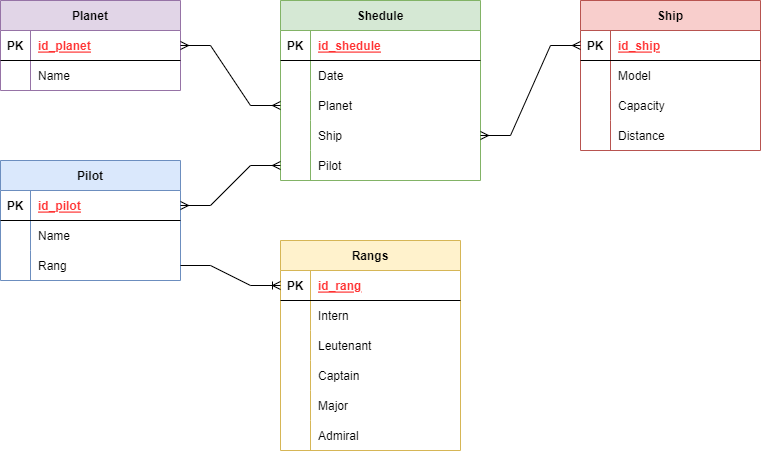
This is part1/Cosmoport.drawio.png from Kolesa-Education/kolesa-upgrade-homework-4, a draw.io export, as it was before one commit. Source tidied: cells renumbered, new cells last; positions are measured from the earlier drawing's top-left corner, leaving out a move shared by most shapes.
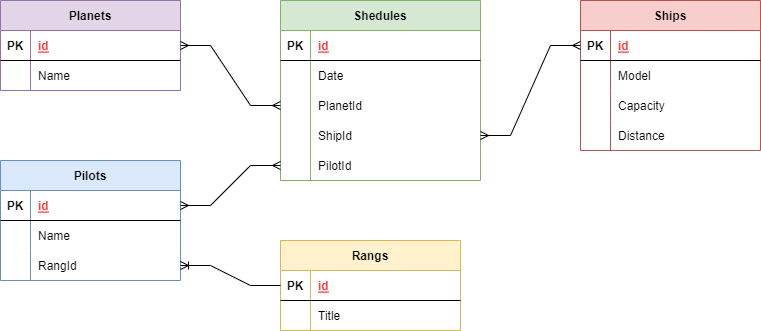
After the commit.

Commit message:
изменения по правкам

Change to the diagram source:
```diff
@@ -2,7 +2,7 @@
   <root>
     <mxCell id="0" />
     <mxCell id="1" parent="0" />
-    <mxCell id="2" value="Pilot" style="shape=table;startSize=30;rowLines=0;fontStyle=1;align=center;fillColor=#dae8fc;strokeColor=#6c8ebf;" parent="1" vertex="1">
+    <mxCell id="2" value="Pilots" style="shape=table;startSize=30;rowLines=0;fontStyle=1;align=center;fillColor=#dae8fc;strokeColor=#6c8ebf;" parent="1" vertex="1">
       <mxGeometry y="160" width="180" height="120" as="geometry" />
     </mxCell>
     <mxCell id="3" style="shape=tableRow;horizontal=0;startSize=0;swimlaneHead=0;swimlaneBody=0;fillColor=none;points=[[0,0.5],[1,0.5]];portConstraint=eastwest;top=0;left=0;right=0;bottom=1;" parent="2" vertex="1">
@@ -11,7 +11,7 @@
     <mxCell id="4" value="PK" style="shape=partialRectangle;fillColor=none;top=0;left=0;bottom=0;right=0;fontStyle=1;overflow=hidden;" parent="3" vertex="1">
       <mxGeometry width="30" height="30" as="geometry" />
     </mxCell>
-    <mxCell id="5" value="id_pilot" style="shape=partialRectangle;fillColor=none;top=0;left=0;bottom=0;right=0;align=left;spacingLeft=6;fontStyle=5;overflow=hidden;fontColor=#FF3333;" parent="3" vertex="1">
+    <mxCell id="5" value="id" style="shape=partialRectangle;fillColor=none;top=0;left=0;bottom=0;right=0;align=left;spacingLeft=6;fontStyle=5;overflow=hidden;fontColor=#FF3333;" parent="3" vertex="1">
       <mxGeometry x="30" width="150" height="30" as="geometry" />
     </mxCell>
     <mxCell id="6" style="shape=tableRow;horizontal=0;startSize=0;swimlaneHead=0;swimlaneBody=0;fillColor=none;top=0;left=0;right=0;bottom=0;" parent="2" vertex="1">
@@ -29,10 +29,10 @@
     <mxCell id="10" style="shape=partialRectangle;fillColor=none;top=0;left=0;bottom=0;right=0;overflow=hidden;" parent="9" vertex="1">
       <mxGeometry width="30" height="30" as="geometry" />
     </mxCell>
-    <mxCell id="11" value="Rang" style="shape=partialRectangle;fillColor=none;top=0;left=0;bottom=0;right=0;align=left;spacingLeft=6;overflow=hidden;" parent="9" vertex="1">
+    <mxCell id="11" value="RangId" style="shape=partialRectangle;fillColor=none;top=0;left=0;bottom=0;right=0;align=left;spacingLeft=6;overflow=hidden;" parent="9" vertex="1">
       <mxGeometry x="30" width="150" height="30" as="geometry" />
     </mxCell>
-    <mxCell id="12" value="Ship" style="shape=table;startSize=30;rowLines=0;fontStyle=1;align=center;fillColor=#f8cecc;strokeColor=#b85450;" parent="1" vertex="1">
+    <mxCell id="12" value="Ships" style="shape=table;startSize=30;rowLines=0;fontStyle=1;align=center;fillColor=#f8cecc;strokeColor=#b85450;" parent="1" vertex="1">
       <mxGeometry x="580" width="180" height="150" as="geometry" />
     </mxCell>
     <mxCell id="13" style="shape=tableRow;horizontal=0;startSize=0;swimlaneHead=0;swimlaneBody=0;fillColor=none;points=[[0,0.5],[1,0.5]];portConstraint=eastwest;top=0;left=0;right=0;bottom=1;" parent="12" vertex="1">
@@ -41,7 +41,7 @@
     <mxCell id="14" value="PK" style="shape=partialRectangle;fillColor=none;top=0;left=0;bottom=0;right=0;fontStyle=1;overflow=hidden;" parent="13" vertex="1">
       <mxGeometry width="30" height="30" as="geometry" />
     </mxCell>
-    <mxCell id="15" value="id_ship" style="shape=partialRectangle;fillColor=none;top=0;left=0;bottom=0;right=0;align=left;spacingLeft=6;fontStyle=5;overflow=hidden;fontColor=#FF3333;" parent="13" vertex="1">
+    <mxCell id="15" value="id" style="shape=partialRectangle;fillColor=none;top=0;left=0;bottom=0;right=0;align=left;spacingLeft=6;fontStyle=5;overflow=hidden;fontColor=#FF3333;" parent="13" vertex="1">
       <mxGeometry x="30" width="150" height="30" as="geometry" />
     </mxCell>
     <mxCell id="16" style="shape=tableRow;horizontal=0;startSize=0;swimlaneHead=0;swimlaneBody=0;fillColor=none;top=0;left=0;right=0;bottom=0;" parent="12" vertex="1">
@@ -71,7 +71,7 @@
     <mxCell id="24" value="Distance" style="shape=partialRectangle;fillColor=none;top=0;left=0;bottom=0;right=0;align=left;spacingLeft=6;overflow=hidden;" parent="22" vertex="1">
       <mxGeometry x="30" width="150" height="30" as="geometry" />
     </mxCell>
-    <mxCell id="25" value="Planet" style="shape=table;startSize=30;rowLines=0;fontStyle=1;align=center;fillColor=#e1d5e7;strokeColor=#9673a6;" parent="1" vertex="1">
+    <mxCell id="25" value="Planets" style="shape=table;startSize=30;rowLines=0;fontStyle=1;align=center;fillColor=#e1d5e7;strokeColor=#9673a6;" parent="1" vertex="1">
       <mxGeometry width="180" height="90" as="geometry" />
     </mxCell>
     <mxCell id="26" style="shape=tableRow;horizontal=0;startSize=0;swimlaneHead=0;swimlaneBody=0;fillColor=none;points=[[0,0.5],[1,0.5]];portConstraint=eastwest;top=0;left=0;right=0;bottom=1;" parent="25" vertex="1">
@@ -80,7 +80,7 @@
     <mxCell id="27" value="PK" style="shape=partialRectangle;fillColor=none;top=0;left=0;bottom=0;right=0;fontStyle=1;overflow=hidden;" parent="26" vertex="1">
       <mxGeometry width="30" height="30" as="geometry" />
     </mxCell>
-    <mxCell id="28" value="id_planet" style="shape=partialRectangle;fillColor=none;top=0;left=0;bottom=0;right=0;align=left;spacingLeft=6;fontStyle=5;overflow=hidden;fontColor=#FF3333;" parent="26" vertex="1">
+    <mxCell id="28" value="id" style="shape=partialRectangle;fillColor=none;top=0;left=0;bottom=0;right=0;align=left;spacingLeft=6;fontStyle=5;overflow=hidden;fontColor=#FF3333;" parent="26" vertex="1">
       <mxGeometry x="30" width="150" height="30" as="geometry" />
     </mxCell>
     <mxCell id="29" style="shape=tableRow;horizontal=0;startSize=0;swimlaneHead=0;swimlaneBody=0;fillColor=none;top=0;left=0;right=0;bottom=0;" parent="25" vertex="1">
@@ -92,7 +92,7 @@
     <mxCell id="31" value="Name" style="shape=partialRectangle;fillColor=none;top=0;left=0;bottom=0;right=0;align=left;spacingLeft=6;overflow=hidden;" parent="29" vertex="1">
       <mxGeometry x="30" width="150" height="30" as="geometry" />
     </mxCell>
-    <mxCell id="32" value="Shedule" style="shape=table;startSize=30;rowLines=0;fontStyle=1;align=center;fillColor=#d5e8d4;strokeColor=#82b366;" parent="1" vertex="1">
+    <mxCell id="32" value="Shedules" style="shape=table;startSize=30;rowLines=0;fontStyle=1;align=center;fillColor=#d5e8d4;strokeColor=#82b366;" parent="1" vertex="1">
       <mxGeometry x="280" width="200" height="180" as="geometry" />
     </mxCell>
     <mxCell id="33" style="shape=tableRow;horizontal=0;startSize=0;swimlaneHead=0;swimlaneBody=0;fillColor=none;top=0;left=0;right=0;bottom=1;" parent="32" vertex="1">
@@ -101,7 +101,7 @@
     <mxCell id="34" value="PK" style="shape=partialRectangle;fillColor=none;top=0;left=0;bottom=0;right=0;fontStyle=1;overflow=hidden;" parent="33" vertex="1">
       <mxGeometry width="30" height="30" as="geometry" />
     </mxCell>
-    <mxCell id="35" value="id_shedule" style="shape=partialRectangle;fillColor=none;top=0;left=0;bottom=0;right=0;align=left;spacingLeft=6;fontStyle=5;overflow=hidden;fontColor=#FF3333;" parent="33" vertex="1">
+    <mxCell id="35" value="id" style="shape=partialRectangle;fillColor=none;top=0;left=0;bottom=0;right=0;align=left;spacingLeft=6;fontStyle=5;overflow=hidden;fontColor=#FF3333;" parent="33" vertex="1">
       <mxGeometry x="30" width="170" height="30" as="geometry" />
     </mxCell>
     <mxCell id="36" style="shape=tableRow;horizontal=0;startSize=0;swimlaneHead=0;swimlaneBody=0;fillColor=none;top=0;left=0;right=0;bottom=0;" parent="32" vertex="1">
@@ -119,7 +119,7 @@
     <mxCell id="40" style="shape=partialRectangle;fillColor=none;top=0;left=0;bottom=0;right=0;overflow=hidden;" parent="39" vertex="1">
       <mxGeometry width="30" height="30" as="geometry" />
     </mxCell>
-    <mxCell id="41" value="Planet" style="shape=partialRectangle;fillColor=none;top=0;left=0;bottom=0;right=0;align=left;spacingLeft=6;overflow=hidden;" parent="39" vertex="1">
+    <mxCell id="41" value="PlanetId" style="shape=partialRectangle;fillColor=none;top=0;left=0;bottom=0;right=0;align=left;spacingLeft=6;overflow=hidden;" parent="39" vertex="1">
       <mxGeometry x="30" width="170" height="30" as="geometry" />
     </mxCell>
     <mxCell id="42" style="shape=tableRow;horizontal=0;startSize=0;swimlaneHead=0;swimlaneBody=0;fillColor=none;points=[[0,0.5],[1,0.5]];portConstraint=eastwest;top=0;left=0;right=0;bottom=0;" parent="32" vertex="1">
@@ -128,7 +128,7 @@
     <mxCell id="43" style="shape=partialRectangle;fillColor=none;top=0;left=0;bottom=0;right=0;overflow=hidden;" parent="42" vertex="1">
       <mxGeometry width="30" height="30" as="geometry" />
     </mxCell>
-    <mxCell id="44" value="Ship" style="shape=partialRectangle;fillColor=none;top=0;left=0;bottom=0;right=0;align=left;spacingLeft=6;overflow=hidden;" parent="42" vertex="1">
+    <mxCell id="44" value="ShipId" style="shape=partialRectangle;fillColor=none;top=0;left=0;bottom=0;right=0;align=left;spacingLeft=6;overflow=hidden;" parent="42" vertex="1">
       <mxGeometry x="30" width="170" height="30" as="geometry" />
     </mxCell>
     <mxCell id="45" style="shape=tableRow;horizontal=0;startSize=0;swimlaneHead=0;swimlaneBody=0;fillColor=none;points=[[0,0.5],[1,0.5]];portConstraint=eastwest;top=0;left=0;right=0;bottom=0;" parent="32" vertex="1">
@@ -137,7 +137,7 @@
     <mxCell id="46" style="shape=partialRectangle;fillColor=none;top=0;left=0;bottom=0;right=0;overflow=hidden;" parent="45" vertex="1">
       <mxGeometry width="30" height="30" as="geometry" />
     </mxCell>
-    <mxCell id="47" value="Pilot" style="shape=partialRectangle;fillColor=none;top=0;left=0;bottom=0;right=0;align=left;spacingLeft=6;overflow=hidden;" parent="45" vertex="1">
+    <mxCell id="47" value="PilotId" style="shape=partialRectangle;fillColor=none;top=0;left=0;bottom=0;right=0;align=left;spacingLeft=6;overflow=hidden;" parent="45" vertex="1">
       <mxGeometry x="30" width="170" height="30" as="geometry" />
     </mxCell>
     <mxCell id="48" style="edgeStyle=entityRelationEdgeStyle;fontSize=12;html=1;endArrow=ERmany;startArrow=ERmany;rounded=0;fontColor=#FF3333;exitX=1;exitY=0.5;exitDx=0;exitDy=0;entryX=0;entryY=0.5;entryDx=0;entryDy=0;" parent="1" edge="1" source="26" target="39">
@@ -150,7 +150,7 @@
       <mxGeometry relative="1" as="geometry" />
     </mxCell>
     <mxCell id="51" value="Rangs" style="shape=table;startSize=30;rowLines=0;fontStyle=1;align=center;fillColor=#fff2cc;strokeColor=#d6b656;" parent="1" vertex="1">
-      <mxGeometry x="280" y="240" width="180" height="210" as="geometry" />
+      <mxGeometry x="280" y="240" width="180" height="90" as="geometry" />
     </mxCell>
     <mxCell id="52" style="shape=tableRow;horizontal=0;startSize=0;swimlaneHead=0;swimlaneBody=0;fillColor=none;points=[[0,0.5],[1,0.5]];portConstraint=eastwest;top=0;left=0;right=0;bottom=1;fontColor=#000000;" parent="51" vertex="1">
       <mxGeometry y="30" width="180" height="30" as="geometry" />
@@ -158,7 +158,7 @@
     <mxCell id="53" value="PK" style="shape=partialRectangle;fillColor=none;top=0;left=0;bottom=0;right=0;fontStyle=1;overflow=hidden;fontColor=#000000;" parent="52" vertex="1">
       <mxGeometry width="30" height="30" as="geometry" />
     </mxCell>
-    <mxCell id="54" value="id_rang" style="shape=partialRectangle;fillColor=none;top=0;left=0;bottom=0;right=0;align=left;spacingLeft=6;fontStyle=5;overflow=hidden;fontColor=#FF3333;" parent="52" vertex="1">
+    <mxCell id="54" value="id" style="shape=partialRectangle;fillColor=none;top=0;left=0;bottom=0;right=0;align=left;spacingLeft=6;fontStyle=5;overflow=hidden;fontColor=#FF3333;" parent="52" vertex="1">
       <mxGeometry x="30" width="150" height="30" as="geometry" />
     </mxCell>
     <mxCell id="55" style="shape=tableRow;horizontal=0;startSize=0;swimlaneHead=0;swimlaneBody=0;fillColor=none;top=0;left=0;right=0;bottom=0;fontColor=#000000;" parent="51" vertex="1">
@@ -167,46 +167,10 @@
     <mxCell id="56" style="shape=partialRectangle;fillColor=none;top=0;left=0;bottom=0;right=0;overflow=hidden;fontColor=#000000;" parent="55" vertex="1">
       <mxGeometry width="30" height="30" as="geometry" />
     </mxCell>
-    <mxCell id="57" value="Intern" style="shape=partialRectangle;fillColor=none;top=0;left=0;bottom=0;right=0;align=left;spacingLeft=6;overflow=hidden;fontColor=#000000;" parent="55" vertex="1">
+    <mxCell id="57" value="Title" style="shape=partialRectangle;fillColor=none;top=0;left=0;bottom=0;right=0;align=left;spacingLeft=6;overflow=hidden;fontColor=#000000;" parent="55" vertex="1">
       <mxGeometry x="30" width="150" height="30" as="geometry" />
     </mxCell>
-    <mxCell id="58" style="shape=tableRow;horizontal=0;startSize=0;swimlaneHead=0;swimlaneBody=0;fillColor=none;top=0;left=0;right=0;bottom=0;fontColor=#000000;" parent="51" vertex="1">
-      <mxGeometry y="90" width="180" height="30" as="geometry" />
-    </mxCell>
-    <mxCell id="59" style="shape=partialRectangle;fillColor=none;top=0;left=0;bottom=0;right=0;overflow=hidden;fontColor=#000000;" parent="58" vertex="1">
-      <mxGeometry width="30" height="30" as="geometry" />
-    </mxCell>
-    <mxCell id="60" value="Leutenant" style="shape=partialRectangle;fillColor=none;top=0;left=0;bottom=0;right=0;align=left;spacingLeft=6;overflow=hidden;fontColor=#000000;" parent="58" vertex="1">
-      <mxGeometry x="30" width="150" height="30" as="geometry" />
-    </mxCell>
-    <mxCell id="61" style="shape=tableRow;horizontal=0;startSize=0;swimlaneHead=0;swimlaneBody=0;fillColor=none;top=0;left=0;right=0;bottom=0;fontColor=#000000;" parent="51" vertex="1">
-      <mxGeometry y="120" width="180" height="30" as="geometry" />
-    </mxCell>
-    <mxCell id="62" style="shape=partialRectangle;fillColor=none;top=0;left=0;bottom=0;right=0;overflow=hidden;fontColor=#000000;" parent="61" vertex="1">
-      <mxGeometry width="30" height="30" as="geometry" />
-    </mxCell>
-    <mxCell id="63" value="Captain" style="shape=partialRectangle;fillColor=none;top=0;left=0;bottom=0;right=0;align=left;spacingLeft=6;overflow=hidden;fontColor=#000000;" parent="61" vertex="1">
-      <mxGeometry x="30" width="150" height="30" as="geometry" />
-    </mxCell>
-    <mxCell id="64" style="shape=tableRow;horizontal=0;startSize=0;swimlaneHead=0;swimlaneBody=0;fillColor=none;top=0;left=0;right=0;bottom=0;fontColor=#000000;" parent="51" vertex="1">
-      <mxGeometry y="150" width="180" height="30" as="geometry" />
-    </mxCell>
-    <mxCell id="65" style="shape=partialRectangle;fillColor=none;top=0;left=0;bottom=0;right=0;overflow=hidden;fontColor=#000000;" parent="64" vertex="1">
-      <mxGeometry width="30" height="30" as="geometry" />
-    </mxCell>
-    <mxCell id="66" value="Major" style="shape=partialRectangle;fillColor=none;top=0;left=0;bottom=0;right=0;align=left;spacingLeft=6;overflow=hidden;fontColor=#000000;" parent="64" vertex="1">
-      <mxGeometry x="30" width="150" height="30" as="geometry" />
-    </mxCell>
-    <mxCell id="67" style="shape=tableRow;horizontal=0;startSize=0;swimlaneHead=0;swimlaneBody=0;fillColor=none;top=0;left=0;right=0;bottom=0;fontColor=#000000;" parent="51" vertex="1">
-      <mxGeometry y="180" width="180" height="30" as="geometry" />
-    </mxCell>
-    <mxCell id="68" style="shape=partialRectangle;fillColor=none;top=0;left=0;bottom=0;right=0;overflow=hidden;fontColor=#000000;" parent="67" vertex="1">
-      <mxGeometry width="30" height="30" as="geometry" />
-    </mxCell>
-    <mxCell id="69" value="Admiral" style="shape=partialRectangle;fillColor=none;top=0;left=0;bottom=0;right=0;align=left;spacingLeft=6;overflow=hidden;fontColor=#000000;" parent="67" vertex="1">
-      <mxGeometry x="30" width="150" height="30" as="geometry" />
-    </mxCell>
-    <mxCell id="70" style="edgeStyle=entityRelationEdgeStyle;fontSize=12;html=1;endArrow=ERoneToMany;rounded=0;fontColor=#000000;entryX=0;entryY=0.5;entryDx=0;entryDy=0;exitX=1;exitY=0.5;exitDx=0;exitDy=0;" parent="1" edge="1" source="9" target="52">
+    <mxCell id="70" style="edgeStyle=entityRelationEdgeStyle;fontSize=12;html=1;endArrow=ERoneToMany;rounded=0;fontColor=#000000;entryX=1;entryY=0.5;entryDx=0;entryDy=0;exitX=0;exitY=0.5;exitDx=0;exitDy=0;" parent="1" edge="1" source="52" target="9">
       <mxGeometry relative="1" as="geometry" />
     </mxCell>
   </root>
```
